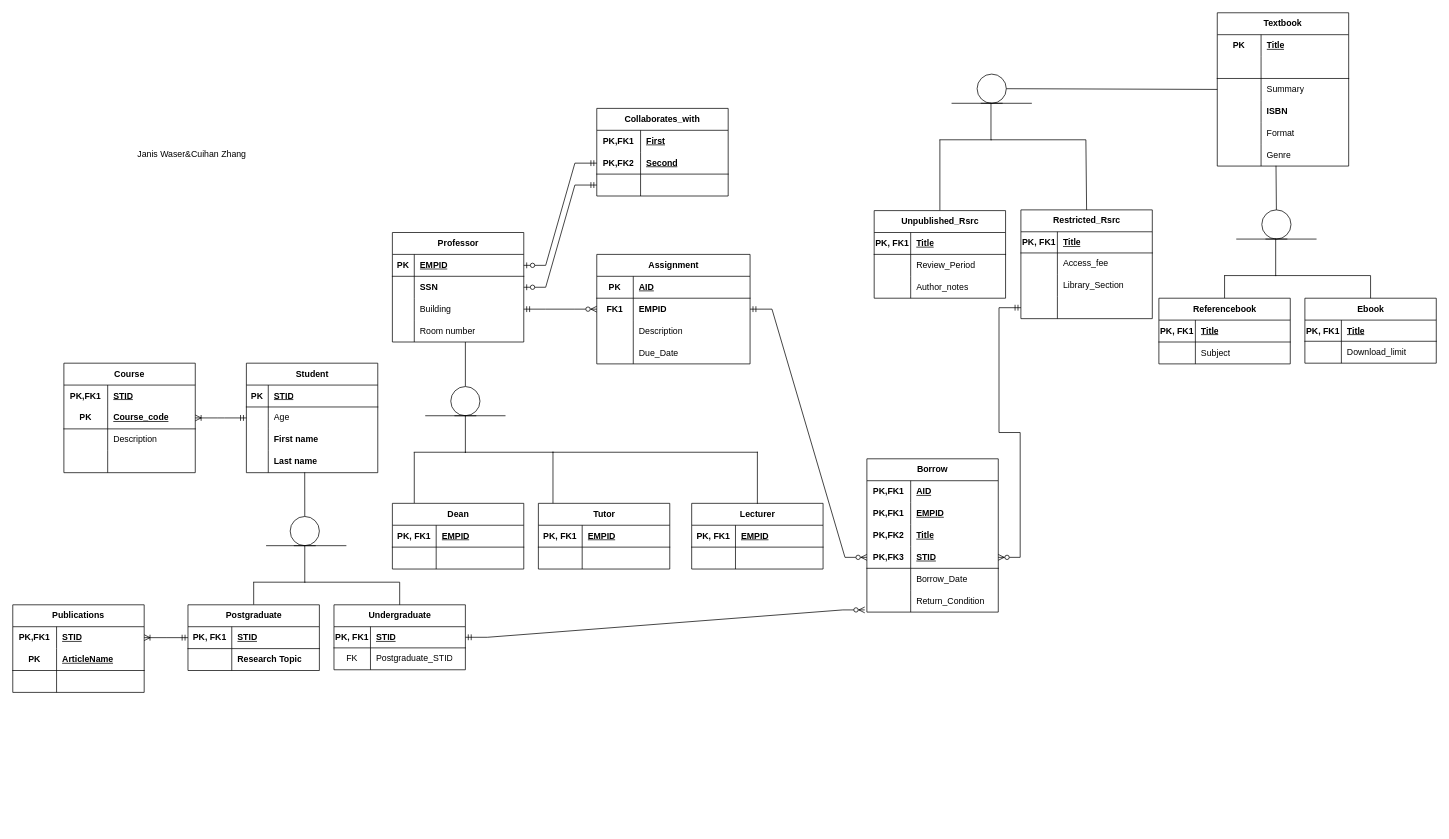
Earlier version of the draw.io diagram Homework2/DM-HW2_Janis_Waser_Cuihan_Zhang.drawio (us-ja/Data_Management). Source tidied: cells renumbered, new cells numbered last; positions are measured from the earlier drawing's top-left corner, leaving out a move shared by most shapes. Both pictures are drawn from the tidied source at 73%, with x=0, y=0 at pixel (12, 12).
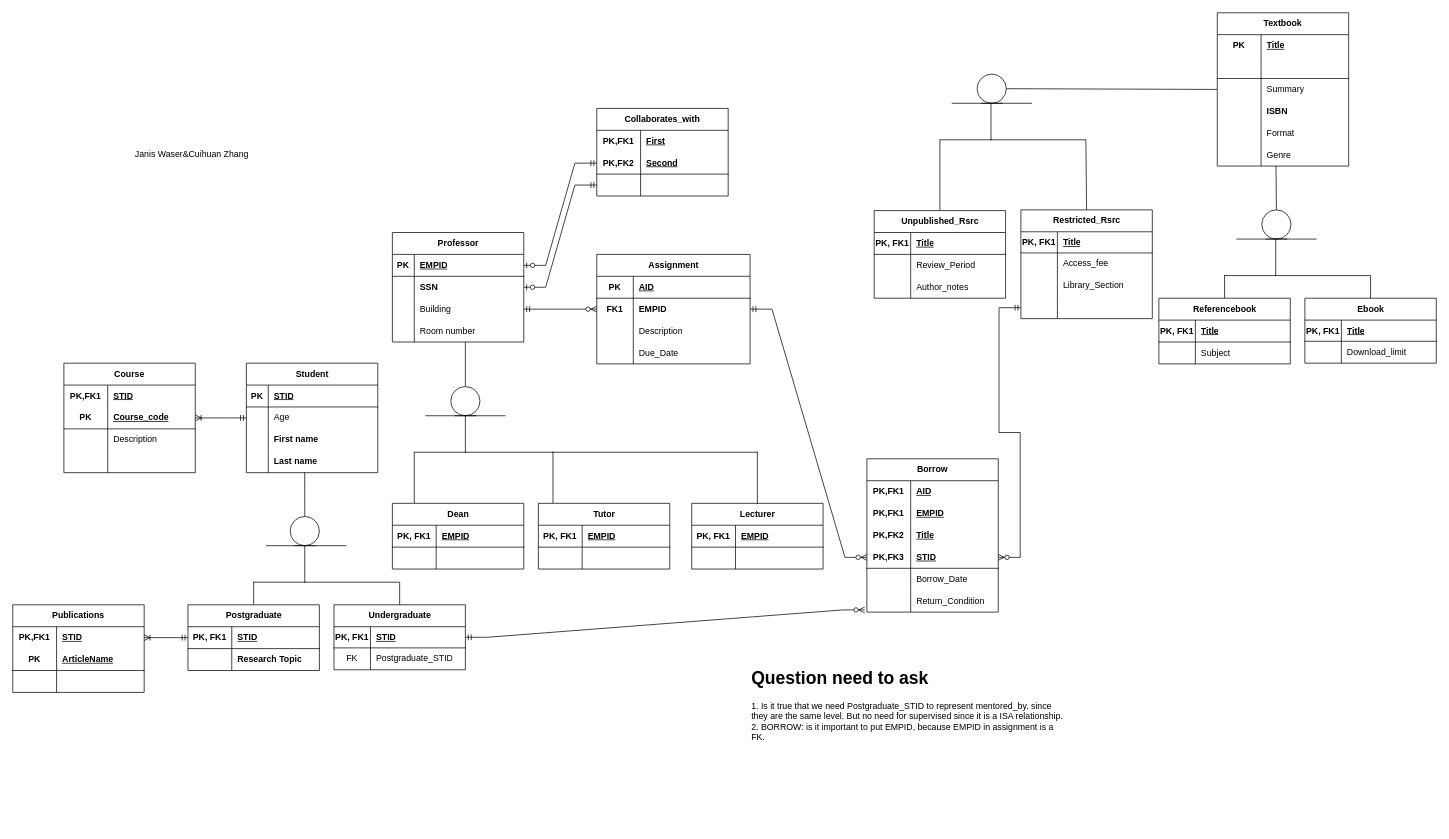
After the change.

Commit message:
mark questions

Change to the diagram source:
```diff
@@
-    <mxCell id="75" value="Janis Waser&amp;amp;Cuihan Zhang" style="text;html=1;align=center;verticalAlign=middle;strokeColor=none;fillColor=none;" parent="1" vertex="1">
-      <mxGeometry x="160" y="179" width="170" height="30" as="geometry" />
+    <mxCell id="75" value="Janis Waser&amp;amp;Cuihuan Zhang" style="text;html=1;align=center;verticalAlign=middle;strokeColor=none;fillColor=none;" parent="1" vertex="1">
+      <mxGeometry x="155" y="179" width="180" height="30" as="geometry" />
     </mxCell>
@@
+    <mxCell id="218" value="&lt;h1 style=&quot;margin-top: 0px;&quot;&gt;Question need to ask&lt;/h1&gt;&lt;div&gt;1. Is it true that we need Postgraduate_STID to represent mentored_by. since they are the same level. But no need for supervised since it is a ISA relationship.&lt;/div&gt;&lt;div&gt;2. BORROW: is it important to put EMPID, because EMPID in assignment is a FK.&lt;/div&gt;&lt;h1 style=&quot;margin-top: 0px;&quot;&gt;&lt;br&gt;&lt;/h1&gt;" style="text;html=1;whiteSpace=wrap;overflow=hidden;rounded=0;" parent="1" vertex="1">
+      <mxGeometry x="1010" y="891" width="430" height="220" as="geometry" />
+    </mxCell>
```
